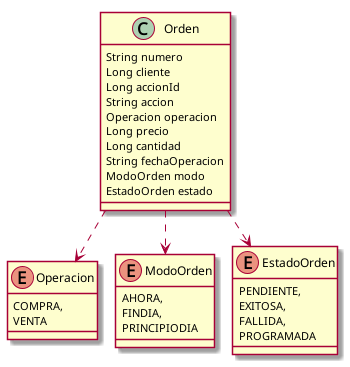
Above: ProcOrden.png in luismaSE/Prog2_final (PlantUML), before the change.
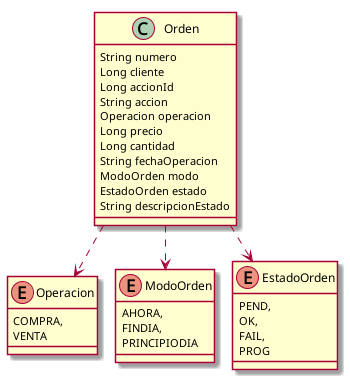
After the change.

Diff of the diagram source:
```diff
@@ -12,6 +12,7 @@
 		String fechaOperacion
 		ModoOrden modo
 		EstadoOrden estado
+		String descripcionEstado
 	}
 	Orden ..> Operacion
 	Orden ..> ModoOrden
@@ -26,9 +27,9 @@
 		PRINCIPIODIA
 	}
 	enum EstadoOrden {
-		PENDIENTE,
-		EXITOSA,
-		FALLIDA,
-		PROGRAMADA
+		PEND,
+		OK,
+		FAIL,
+		PROG
 	}
 @enduml
```
